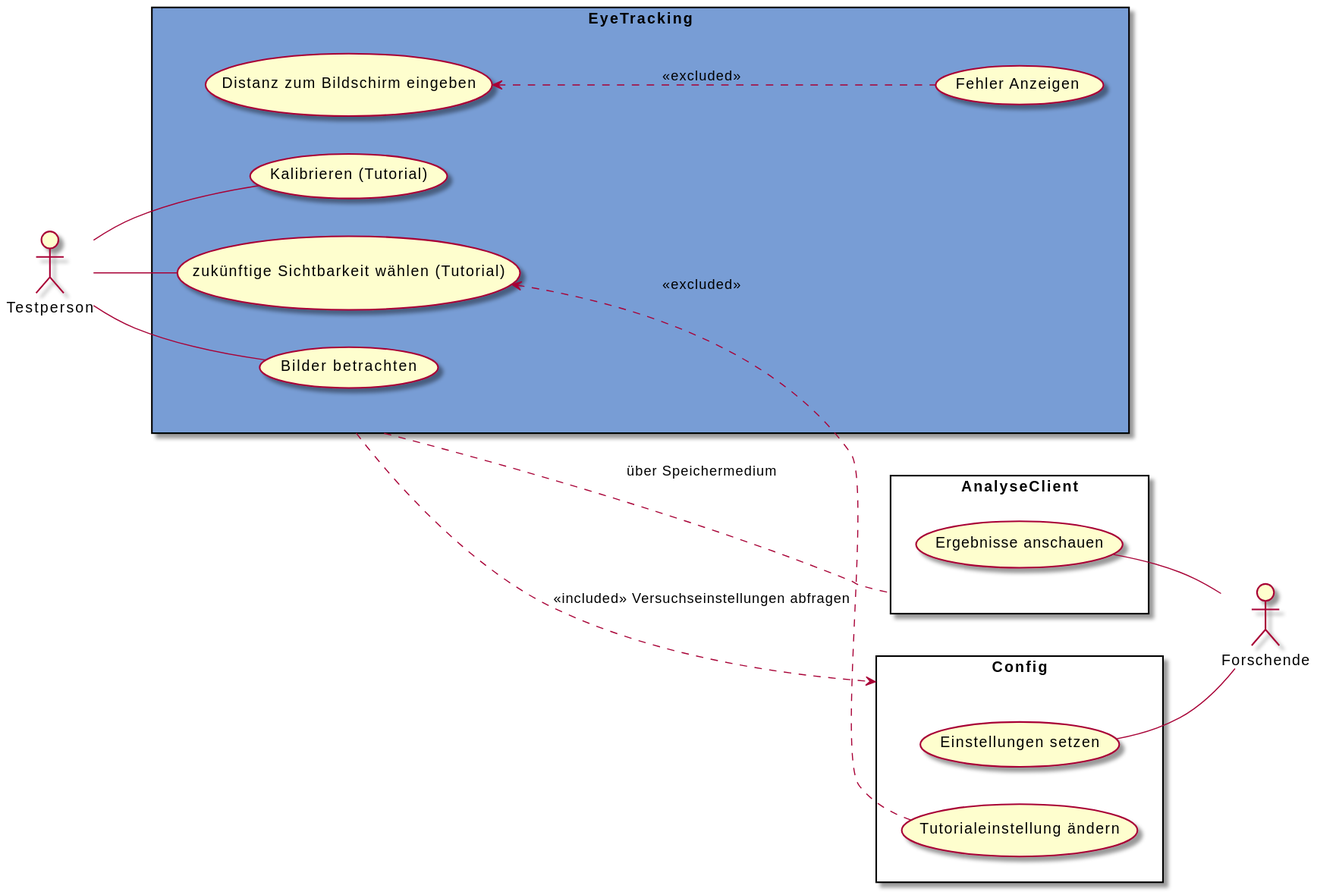
Before: meilenstein_05/usecase-EyeTracking/usecase-EyeTracking.svg, a diagram exported from PlantUML (weichware10/meilensteine).
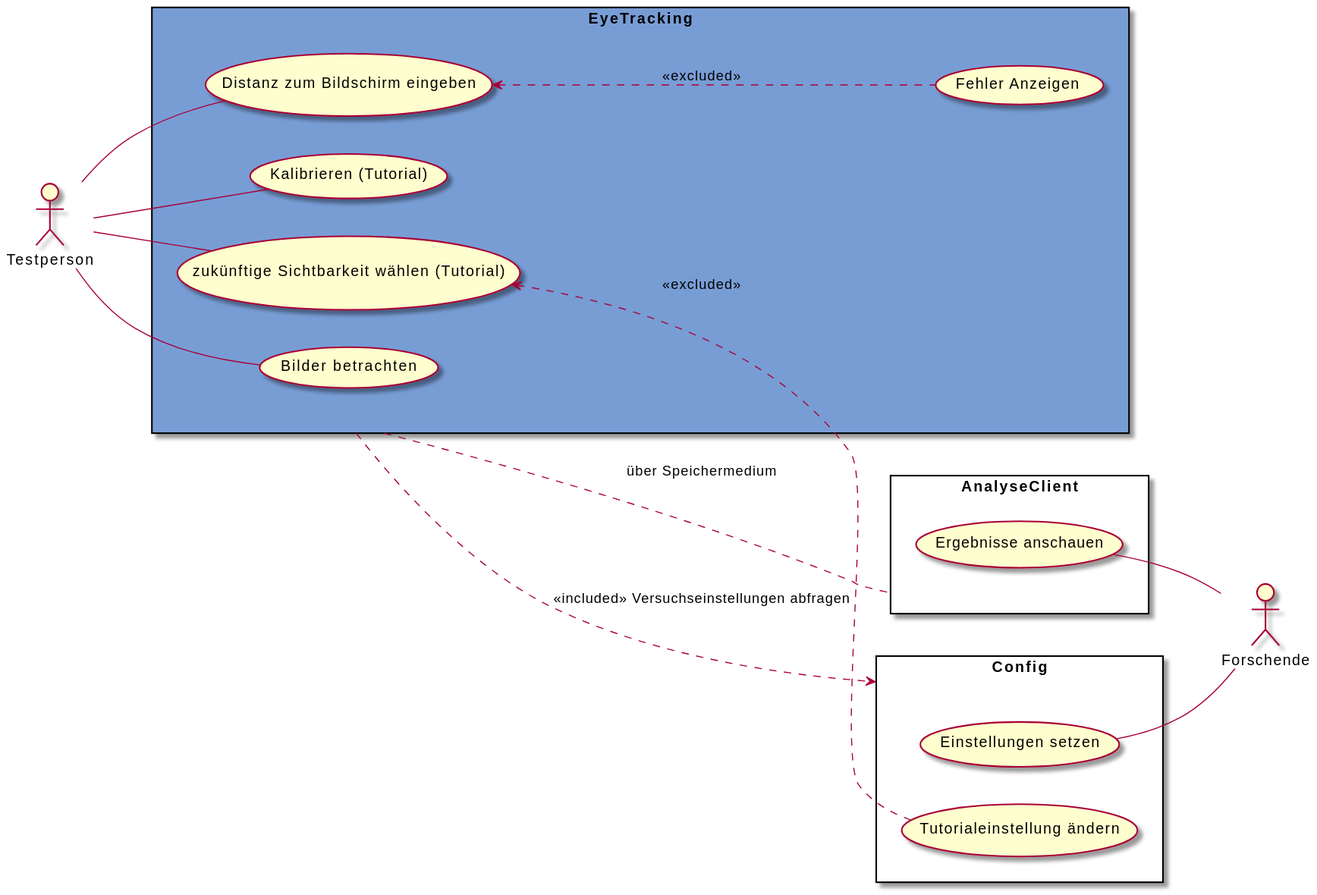
The same diagram one commit later.

Commit message:
rendered SVGs

The edit, as a diff of the source:
```diff
@@ -21,6 +21,7 @@
     usecase "Tutorialeinstellung ändern" as tä
 }
 
+t -- db
 t -- kt
 t -- tw
 t -- bb
```
